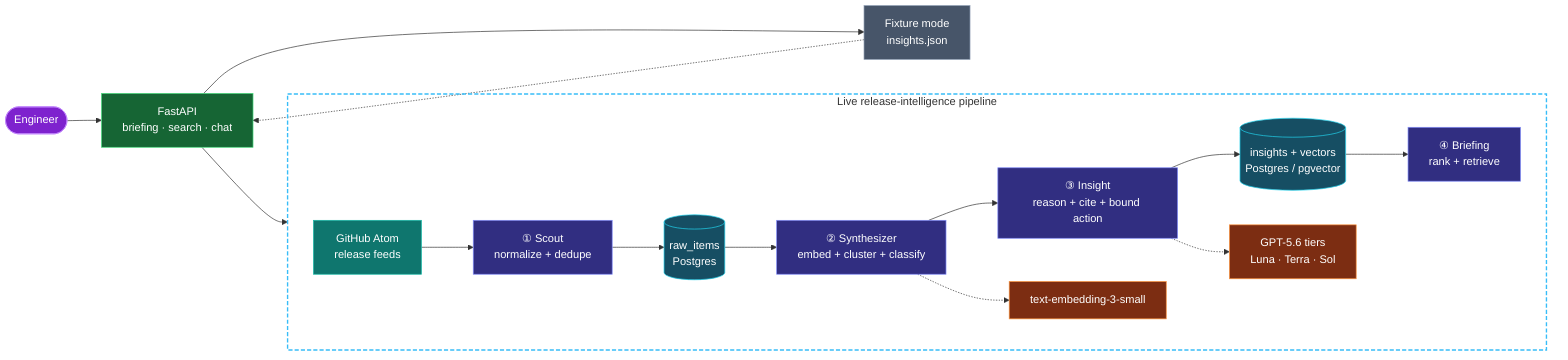
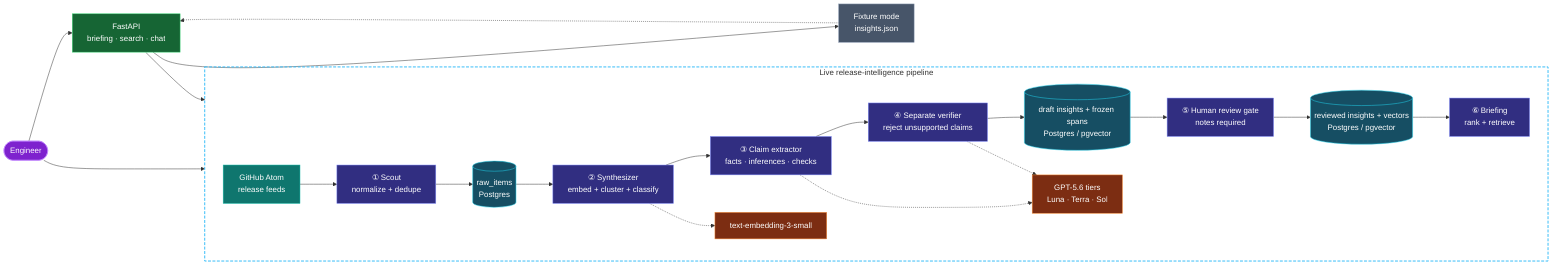
flowchart LR
    classDef source fill:#0f766e,stroke:#14b8a6,color:#ffffff
    classDef agent fill:#312e81,stroke:#818cf8,color:#ffffff
    classDef data fill:#164e63,stroke:#22d3ee,color:#ffffff
    classDef model fill:#7c2d12,stroke:#fb923c,color:#ffffff
    classDef api fill:#166534,stroke:#4ade80,color:#ffffff
    classDef user fill:#7e22ce,stroke:#c084fc,color:#ffffff
    classDef note fill:#475569,stroke:#94a3b8,color:#ffffff

    U(["Engineer"]):::user
    API["FastAPI<br/>briefing · search · chat"]:::api
    FIX["Fixture mode<br/>insights.json"]:::note

    subgraph live["Live release-intelligence pipeline"]
        direction LR
        FEEDS["GitHub Atom<br/>release feeds"]:::source
        SCOUT["① Scout<br/>normalize + dedupe"]:::agent
        RAW[("raw_items<br/>Postgres")]:::data
        SYNTH["② Synthesizer<br/>embed + cluster + classify"]:::agent
        EMB["text-embedding-3-small"]:::model
-         INSIGHT["③ Insight<br/>reason + cite + bound action"]:::agent
+         INSIGHT["③ Claim extractor<br/>facts · inferences · checks"]:::agent
+         VERIFY["④ Separate verifier<br/>reject unsupported claims"]:::agent
        LLM["GPT-5.6 tiers<br/>Luna · Terra · Sol"]:::model
-         DB[("insights + vectors<br/>Postgres / pgvector")]:::data
-         BRIEF["④ Briefing<br/>rank + retrieve"]:::agent
+         DRAFT[("draft insights + frozen spans<br/>Postgres / pgvector")]:::data
+         REVIEW["⑤ Human review gate<br/>notes required"]:::agent
+         DB[("reviewed insights + vectors<br/>Postgres / pgvector")]:::data
+         BRIEF["⑥ Briefing<br/>rank + retrieve"]:::agent

-         FEEDS --> SCOUT --> RAW --> SYNTH --> INSIGHT --> DB --> BRIEF
+         FEEDS --> SCOUT --> RAW --> SYNTH --> INSIGHT --> VERIFY --> DRAFT --> REVIEW --> DB --> BRIEF
        SYNTH -.-> EMB
        INSIGHT -.-> LLM
+         VERIFY -.-> LLM
    end

    U --> API
+     U --> REVIEW
    API --> FIX
    API --> BRIEF
    FIX -.-> API

    style live fill:transparent,stroke:#38bdf8,stroke-width:2px,stroke-dasharray:6 3
